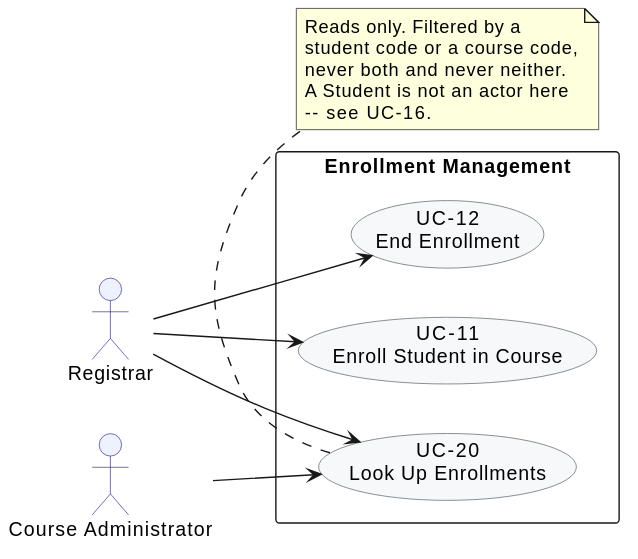
Earlier version of the PlantUML export docs/BA-docs/use-case-diagram-assets/05-enrollment-management.svg (phuchoang2005/Student-Management-System).
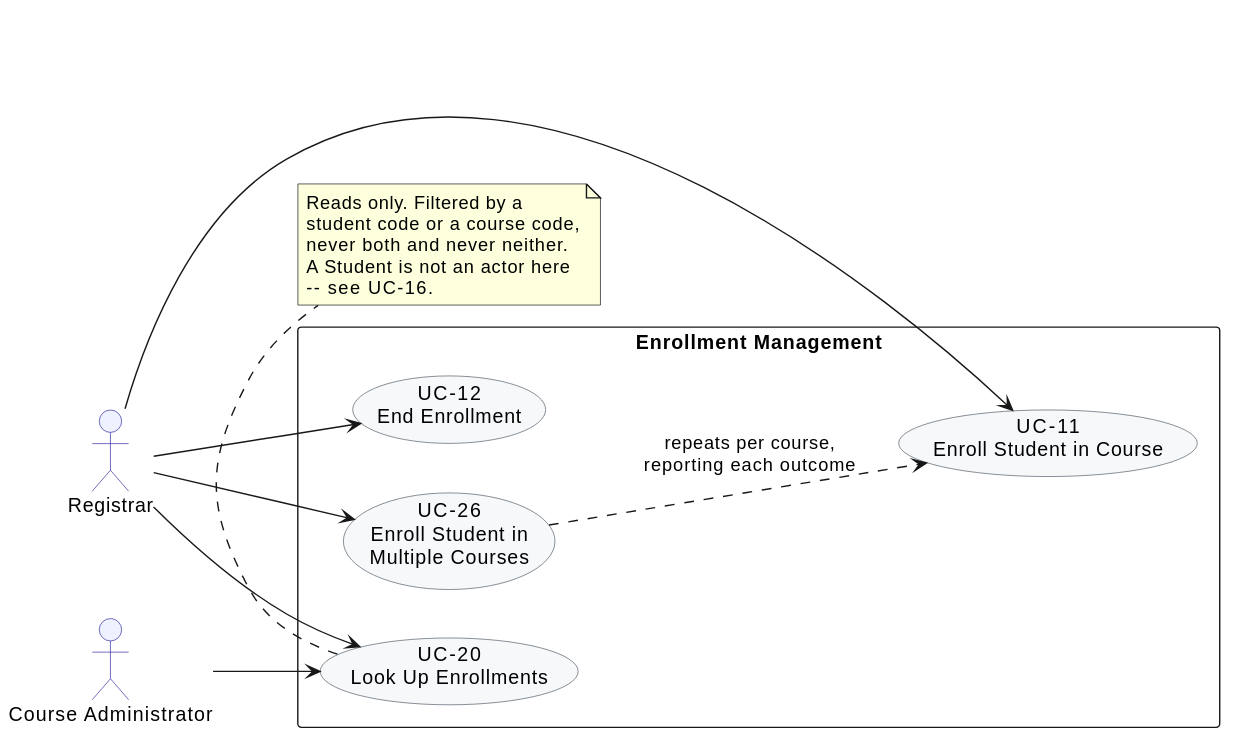
After the commit.

Diff of the diagram source:
```diff
@@ -15,14 +15,18 @@
 
 rectangle "Enrollment Management" {
   usecase "UC-11\nEnroll Student in Course" as UC11
+  usecase "UC-26\nEnroll Student in\nMultiple Courses" as UC26
   usecase "UC-12\nEnd Enrollment" as UC12
   usecase "UC-20\nLook Up Enrollments" as UC20
 }
 
+Registrar --> UC26
 Registrar --> UC11
 Registrar --> UC12
 Registrar --> UC20
 CourseAdmin --> UC20
+
+UC26 ..> UC11 : repeats per course,\nreporting each outcome
 
 note bottom of UC20
   Reads only. Filtered by a
```
